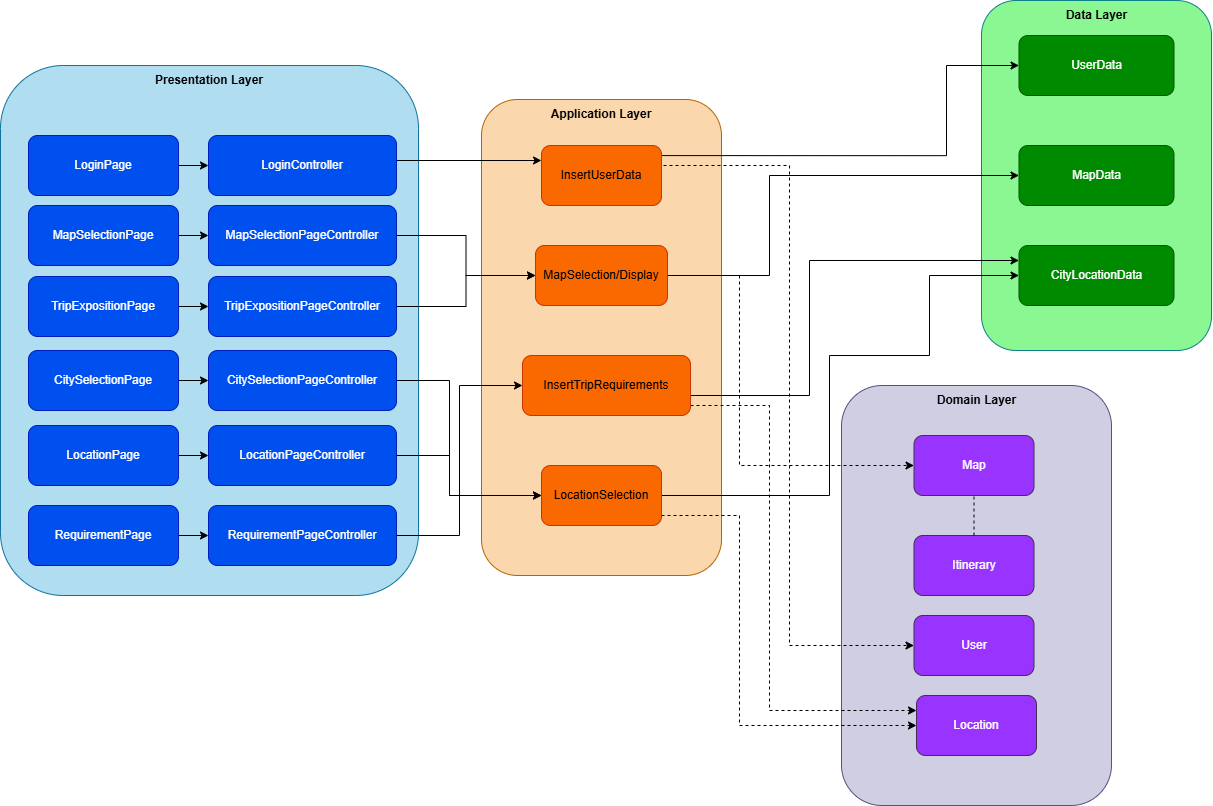
This is doc/iterazione_2/Riverpod_architechture.png from Gabriele-Mazzoleni/SmarTrip, a draw.io export, as it was before one commit. Source tidied: cells renumbered, new cells last; positions are measured from the earlier drawing's top-left corner, leaving out a move shared by most shapes. The source it was exported from:
```xml
<mxGraphModel>
  <root>
    <mxCell id="0" />
    <mxCell id="1" parent="0" />
    <mxCell id="2" style="rounded=1;whiteSpace=wrap;html=1;fillColor=#b1ddf0;strokeColor=#10739e;fillStyle=auto;" parent="1" vertex="1">
      <mxGeometry y="65" width="418" height="530" as="geometry" />
    </mxCell>
    <mxCell id="3" value="&lt;b&gt;Presentation Layer&lt;/b&gt;" style="text;html=1;align=center;verticalAlign=middle;whiteSpace=wrap;rounded=0;" parent="1" vertex="1">
      <mxGeometry x="149" y="65" width="120" height="30" as="geometry" />
    </mxCell>
    <mxCell id="4" style="rounded=1;whiteSpace=wrap;html=1;fillColor=#fad7ac;strokeColor=#b46504;" parent="1" vertex="1">
      <mxGeometry x="481" y="99" width="240" height="476" as="geometry" />
    </mxCell>
    <mxCell id="5" style="rounded=1;whiteSpace=wrap;html=1;fillColor=#d0cee2;strokeColor=#56517e;" parent="1" vertex="1">
      <mxGeometry x="841" y="385" width="270" height="420" as="geometry" />
    </mxCell>
    <mxCell id="6" style="rounded=1;whiteSpace=wrap;html=1;fillColor=#8AF792;strokeColor=#0e8088;" parent="1" vertex="1">
      <mxGeometry x="981" width="230" height="350" as="geometry" />
    </mxCell>
    <mxCell id="7" value="&lt;b&gt;Application Layer&lt;/b&gt;" style="text;html=1;align=center;verticalAlign=middle;whiteSpace=wrap;rounded=0;" parent="1" vertex="1">
      <mxGeometry x="541" y="99" width="120" height="30" as="geometry" />
    </mxCell>
    <mxCell id="8" value="&lt;b&gt;Data Layer&lt;/b&gt;" style="text;html=1;align=center;verticalAlign=middle;whiteSpace=wrap;rounded=0;" parent="1" vertex="1">
      <mxGeometry x="1039.8" width="112.5" height="30" as="geometry" />
    </mxCell>
    <mxCell id="9" value="&lt;b&gt;Domain Layer&lt;/b&gt;" style="text;html=1;align=center;verticalAlign=middle;whiteSpace=wrap;rounded=0;" parent="1" vertex="1">
      <mxGeometry x="913.5" y="385" width="125" height="30" as="geometry" />
    </mxCell>
    <mxCell id="10" style="edgeStyle=orthogonalEdgeStyle;rounded=0;jettySize=auto;html=1;entryX=0;entryY=0.25;entryDx=0;entryDy=0;" parent="1" edge="1" source="12" target="45">
      <mxGeometry relative="1" as="geometry">
        <Array as="points">
          <mxPoint x="809" y="395" />
          <mxPoint x="809" y="260" />
        </Array>
      </mxGeometry>
    </mxCell>
    <mxCell id="11" style="edgeStyle=orthogonalEdgeStyle;rounded=0;jettySize=auto;html=1;entryX=0;entryY=0.25;entryDx=0;entryDy=0;dashed=1;" parent="1" edge="1" source="12" target="23">
      <mxGeometry relative="1" as="geometry">
        <Array as="points">
          <mxPoint x="769" y="405" />
          <mxPoint x="769" y="710" />
        </Array>
      </mxGeometry>
    </mxCell>
    <mxCell id="12" value="InsertTripRequirements" style="rounded=1;whiteSpace=wrap;html=1;fillColor=#fa6800;fontColor=#000000;strokeColor=#C73500;" parent="1" vertex="1">
      <mxGeometry x="522" y="355" width="168" height="60" as="geometry" />
    </mxCell>
    <mxCell id="13" style="edgeStyle=orthogonalEdgeStyle;rounded=0;jettySize=auto;html=1;entryX=0;entryY=0.5;entryDx=0;entryDy=0;dashed=1;exitX=1;exitY=0.5;exitDx=0;exitDy=0;" parent="1" edge="1" source="15" target="22">
      <mxGeometry relative="1" as="geometry">
        <Array as="points">
          <mxPoint x="661" y="165" />
          <mxPoint x="789" y="165" />
          <mxPoint x="789" y="645" />
        </Array>
      </mxGeometry>
    </mxCell>
    <mxCell id="14" style="edgeStyle=orthogonalEdgeStyle;rounded=0;jettySize=auto;html=1;entryX=0;entryY=0.5;entryDx=0;entryDy=0;" parent="1" edge="1" target="46">
      <mxGeometry relative="1" as="geometry">
        <mxPoint x="589" y="155.1" as="sourcePoint" />
        <Array as="points">
          <mxPoint x="946" y="155" />
          <mxPoint x="946" y="65" />
        </Array>
      </mxGeometry>
    </mxCell>
    <mxCell id="15" value="InsertUserData" style="rounded=1;whiteSpace=wrap;html=1;fillColor=#fa6800;fontColor=#000000;strokeColor=#C73500;" parent="1" vertex="1">
      <mxGeometry x="541" y="145" width="120" height="60" as="geometry" />
    </mxCell>
    <mxCell id="16" style="edgeStyle=orthogonalEdgeStyle;rounded=0;jettySize=auto;html=1;entryX=0;entryY=0.5;entryDx=0;entryDy=0;" parent="1" edge="1" source="18" target="44">
      <mxGeometry relative="1" as="geometry">
        <Array as="points">
          <mxPoint x="769" y="275" />
          <mxPoint x="769" y="175" />
        </Array>
      </mxGeometry>
    </mxCell>
    <mxCell id="17" style="edgeStyle=orthogonalEdgeStyle;rounded=0;jettySize=auto;html=1;entryX=0;entryY=0.5;entryDx=0;entryDy=0;dashed=1;" parent="1" edge="1" source="18" target="47">
      <mxGeometry relative="1" as="geometry">
        <Array as="points">
          <mxPoint x="739" y="275" />
          <mxPoint x="739" y="465" />
        </Array>
      </mxGeometry>
    </mxCell>
    <mxCell id="18" value="MapSelection/Display" style="rounded=1;whiteSpace=wrap;html=1;fillColor=#fa6800;fontColor=#000000;strokeColor=#C73500;" parent="1" vertex="1">
      <mxGeometry x="535" y="245" width="132" height="60" as="geometry" />
    </mxCell>
    <mxCell id="19" style="edgeStyle=orthogonalEdgeStyle;rounded=0;jettySize=auto;html=1;entryX=0;entryY=0.5;entryDx=0;entryDy=0;dashed=1;" parent="1" edge="1" source="21" target="23">
      <mxGeometry relative="1" as="geometry">
        <Array as="points">
          <mxPoint x="739" y="515" />
          <mxPoint x="739" y="725" />
        </Array>
      </mxGeometry>
    </mxCell>
    <mxCell id="20" style="edgeStyle=orthogonalEdgeStyle;rounded=0;jettySize=auto;html=1;entryX=0;entryY=0.5;entryDx=0;entryDy=0;" parent="1" edge="1" source="21" target="45">
      <mxGeometry relative="1" as="geometry">
        <Array as="points">
          <mxPoint x="829" y="495" />
          <mxPoint x="829" y="355" />
          <mxPoint x="929" y="355" />
          <mxPoint x="929" y="275" />
        </Array>
      </mxGeometry>
    </mxCell>
    <mxCell id="21" value="LocationSelection" style="rounded=1;whiteSpace=wrap;html=1;fillColor=#fa6800;fontColor=#000000;strokeColor=#C73500;" parent="1" vertex="1">
      <mxGeometry x="541" y="465" width="120" height="60" as="geometry" />
    </mxCell>
    <mxCell id="22" value="User" style="rounded=1;whiteSpace=wrap;html=1;fillColor=#9933FF;fontColor=#ffffff;strokeColor=#432D57;" parent="1" vertex="1">
      <mxGeometry x="913.5" y="615" width="120" height="60" as="geometry" />
    </mxCell>
    <mxCell id="23" value="Location" style="rounded=1;whiteSpace=wrap;html=1;fillColor=#9933FF;fontColor=#ffffff;strokeColor=#432D57;" parent="1" vertex="1">
      <mxGeometry x="916" y="695" width="120" height="60" as="geometry" />
    </mxCell>
    <mxCell id="24" style="edgeStyle=orthogonalEdgeStyle;rounded=0;jettySize=auto;html=1;" parent="1" edge="1" source="25" target="35">
      <mxGeometry relative="1" as="geometry" />
    </mxCell>
    <mxCell id="25" value="LoginPage" style="rounded=1;whiteSpace=wrap;html=1;fillColor=#0050ef;fontColor=#ffffff;strokeColor=#001DBC;" parent="1" vertex="1">
      <mxGeometry x="28" y="135" width="150" height="60" as="geometry" />
    </mxCell>
    <mxCell id="26" style="edgeStyle=orthogonalEdgeStyle;rounded=0;jettySize=auto;html=1;entryX=0;entryY=0.5;entryDx=0;entryDy=0;" parent="1" edge="1" source="27" target="37">
      <mxGeometry relative="1" as="geometry" />
    </mxCell>
    <mxCell id="27" value="CitySelectionPage" style="rounded=1;whiteSpace=wrap;html=1;fillColor=#0050ef;fontColor=#ffffff;strokeColor=#001DBC;" parent="1" vertex="1">
      <mxGeometry x="28" y="350" width="150" height="60" as="geometry" />
    </mxCell>
    <mxCell id="28" style="edgeStyle=orthogonalEdgeStyle;rounded=0;jettySize=auto;html=1;entryX=0;entryY=0.5;entryDx=0;entryDy=0;" parent="1" edge="1" source="29" target="41">
      <mxGeometry relative="1" as="geometry" />
    </mxCell>
    <mxCell id="29" value="RequirementPage" style="rounded=1;whiteSpace=wrap;html=1;fillColor=#0050ef;fontColor=#ffffff;strokeColor=#001DBC;" parent="1" vertex="1">
      <mxGeometry x="28" y="505" width="150" height="60" as="geometry" />
    </mxCell>
    <mxCell id="30" style="edgeStyle=orthogonalEdgeStyle;rounded=0;jettySize=auto;html=1;entryX=0;entryY=0.5;entryDx=0;entryDy=0;" parent="1" edge="1" source="31" target="39">
      <mxGeometry relative="1" as="geometry" />
    </mxCell>
    <mxCell id="31" value="LocationPage" style="rounded=1;whiteSpace=wrap;html=1;fillColor=#0050ef;fontColor=#ffffff;strokeColor=#001DBC;" parent="1" vertex="1">
      <mxGeometry x="28" y="425" width="150" height="60" as="geometry" />
    </mxCell>
    <mxCell id="32" style="edgeStyle=orthogonalEdgeStyle;rounded=0;jettySize=auto;html=1;" parent="1" edge="1" source="33" target="43">
      <mxGeometry relative="1" as="geometry" />
    </mxCell>
    <mxCell id="33" value="TripExpositionPage" style="rounded=1;whiteSpace=wrap;html=1;fillColor=#0050ef;fontColor=#ffffff;strokeColor=#001DBC;" parent="1" vertex="1">
      <mxGeometry x="28" y="276" width="150" height="60" as="geometry" />
    </mxCell>
    <mxCell id="34" style="edgeStyle=orthogonalEdgeStyle;rounded=0;jettySize=auto;html=1;exitX=1;exitY=0.25;exitDx=0;exitDy=0;entryX=0;entryY=0.25;entryDx=0;entryDy=0;" parent="1" edge="1" source="35" target="15">
      <mxGeometry relative="1" as="geometry">
        <Array as="points">
          <mxPoint x="371" y="160" />
        </Array>
      </mxGeometry>
    </mxCell>
    <mxCell id="35" value="LoginController" style="rounded=1;whiteSpace=wrap;html=1;fillColor=#0050ef;fontColor=#ffffff;strokeColor=#001DBC;" parent="1" vertex="1">
      <mxGeometry x="208" y="135" width="188" height="60" as="geometry" />
    </mxCell>
    <mxCell id="36" style="edgeStyle=orthogonalEdgeStyle;rounded=0;jettySize=auto;html=1;entryX=0;entryY=0.5;entryDx=0;entryDy=0;" parent="1" edge="1" source="37" target="21">
      <mxGeometry relative="1" as="geometry">
        <Array as="points">
          <mxPoint x="449" y="380" />
          <mxPoint x="449" y="495" />
        </Array>
      </mxGeometry>
    </mxCell>
    <mxCell id="37" value="CitySelectionPageController" style="rounded=1;whiteSpace=wrap;html=1;fillColor=#0050ef;fontColor=#ffffff;strokeColor=#001DBC;" parent="1" vertex="1">
      <mxGeometry x="208" y="350" width="188" height="60" as="geometry" />
    </mxCell>
    <mxCell id="38" style="edgeStyle=orthogonalEdgeStyle;rounded=0;jettySize=auto;html=1;entryX=0;entryY=0.5;entryDx=0;entryDy=0;" parent="1" edge="1" source="39" target="21">
      <mxGeometry relative="1" as="geometry">
        <Array as="points">
          <mxPoint x="449" y="455" />
          <mxPoint x="449" y="495" />
        </Array>
      </mxGeometry>
    </mxCell>
    <mxCell id="39" value="LocationPageController" style="rounded=1;whiteSpace=wrap;html=1;fillColor=#0050ef;fontColor=#ffffff;strokeColor=#001DBC;" parent="1" vertex="1">
      <mxGeometry x="208" y="425" width="188" height="60" as="geometry" />
    </mxCell>
    <mxCell id="40" style="edgeStyle=orthogonalEdgeStyle;rounded=0;jettySize=auto;html=1;entryX=0;entryY=0.5;entryDx=0;entryDy=0;" parent="1" edge="1" source="41" target="12">
      <mxGeometry relative="1" as="geometry" />
    </mxCell>
    <mxCell id="41" value="RequirementPageController" style="rounded=1;whiteSpace=wrap;html=1;fillColor=#0050ef;fontColor=#ffffff;strokeColor=#001DBC;" parent="1" vertex="1">
      <mxGeometry x="208" y="505" width="188" height="60" as="geometry" />
    </mxCell>
    <mxCell id="42" style="edgeStyle=orthogonalEdgeStyle;rounded=0;jettySize=auto;html=1;entryX=0;entryY=0.5;entryDx=0;entryDy=0;" parent="1" edge="1" source="43" target="18">
      <mxGeometry relative="1" as="geometry" />
    </mxCell>
    <mxCell id="43" value="TripExpositionPageController" style="rounded=1;whiteSpace=wrap;html=1;fillColor=#0050ef;fontColor=#ffffff;strokeColor=#001DBC;" parent="1" vertex="1">
      <mxGeometry x="208" y="276" width="188" height="60" as="geometry" />
    </mxCell>
    <mxCell id="44" value="MapData" style="rounded=1;whiteSpace=wrap;html=1;fillColor=#008a00;fontColor=#ffffff;strokeColor=#005700;" parent="1" vertex="1">
      <mxGeometry x="1018.5" y="145" width="155" height="60" as="geometry" />
    </mxCell>
    <mxCell id="45" value="CityLocationData" style="rounded=1;whiteSpace=wrap;html=1;fillColor=#008a00;fontColor=#ffffff;strokeColor=#005700;" parent="1" vertex="1">
      <mxGeometry x="1018.5" y="245" width="155" height="60" as="geometry" />
    </mxCell>
    <mxCell id="46" value="UserData" style="rounded=1;whiteSpace=wrap;html=1;fillColor=#008a00;fontColor=#ffffff;strokeColor=#005700;" parent="1" vertex="1">
      <mxGeometry x="1018.5" y="35" width="155" height="60" as="geometry" />
    </mxCell>
    <mxCell id="47" value="Map" style="rounded=1;whiteSpace=wrap;html=1;fillColor=#9933FF;fontColor=#ffffff;strokeColor=#432D57;" parent="1" vertex="1">
      <mxGeometry x="913.5" y="435" width="120" height="60" as="geometry" />
    </mxCell>
    <mxCell id="48" style="edgeStyle=orthogonalEdgeStyle;rounded=0;jettySize=auto;html=1;entryX=0;entryY=0.5;entryDx=0;entryDy=0;" parent="1" edge="1" source="49" target="51">
      <mxGeometry relative="1" as="geometry" />
    </mxCell>
    <mxCell id="49" value="MapSelectionPage" style="rounded=1;whiteSpace=wrap;html=1;fillColor=#0050ef;fontColor=#ffffff;strokeColor=#001DBC;" parent="1" vertex="1">
      <mxGeometry x="28" y="205" width="150" height="60" as="geometry" />
    </mxCell>
    <mxCell id="50" style="edgeStyle=orthogonalEdgeStyle;rounded=0;jettySize=auto;html=1;entryX=0;entryY=0.5;entryDx=0;entryDy=0;" parent="1" edge="1" source="51" target="18">
      <mxGeometry relative="1" as="geometry" />
    </mxCell>
    <mxCell id="51" value="MapSelectionPageController" style="rounded=1;whiteSpace=wrap;html=1;fillColor=#0050ef;fontColor=#ffffff;strokeColor=#001DBC;" parent="1" vertex="1">
      <mxGeometry x="208" y="205" width="188" height="60" as="geometry" />
    </mxCell>
    <mxCell id="52" value="Itinerary" style="rounded=1;whiteSpace=wrap;html=1;fillColor=#9933FF;fontColor=#ffffff;strokeColor=#432D57;" parent="1" vertex="1">
      <mxGeometry x="913.5" y="535" width="120" height="60" as="geometry" />
    </mxCell>
    <mxCell id="53" style="endArrow=none;dashed=1;html=1;strokeWidth=1;rounded=0;entryX=0.5;entryY=1;entryDx=0;entryDy=0;exitX=0.5;exitY=0;exitDx=0;exitDy=0;" parent="1" edge="1" source="52" target="47">
      <mxGeometry relative="1" as="geometry" />
    </mxCell>
  </root>
</mxGraphModel>
```
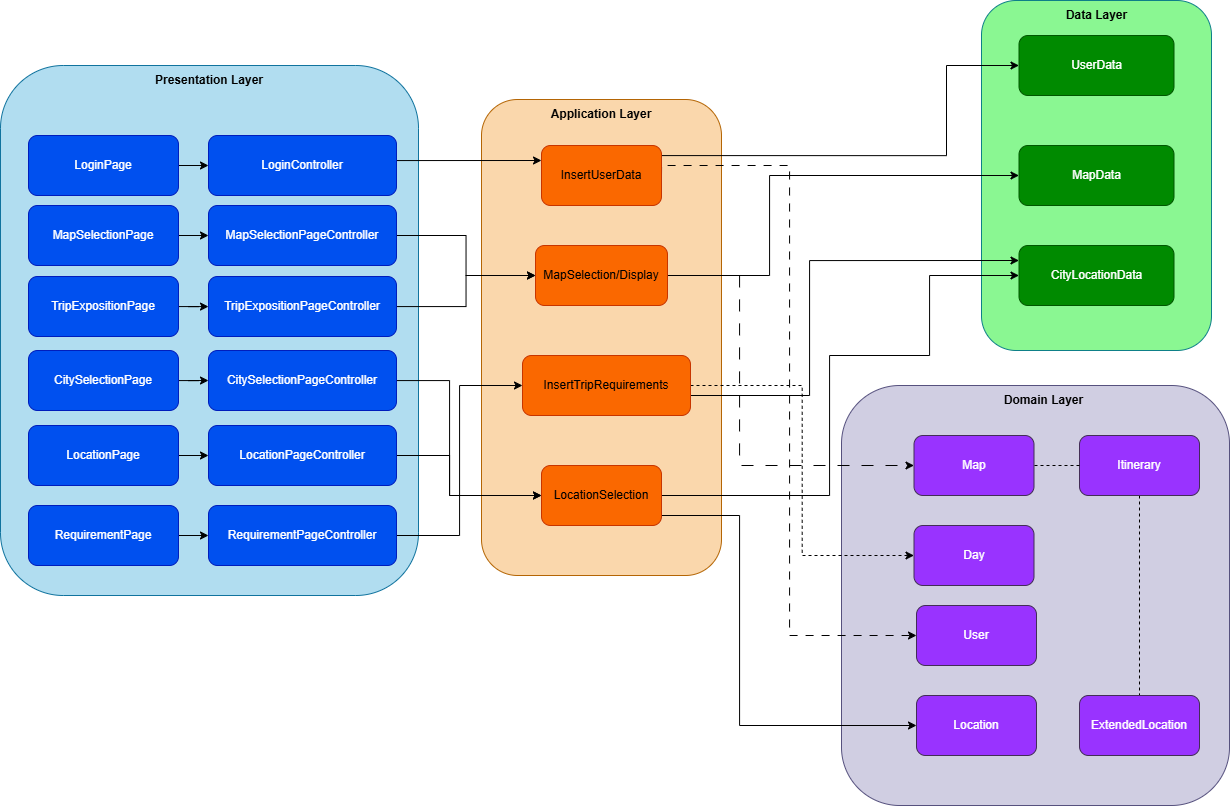
After the commit.

Commit message:
Architettura Riverpod

Diff of the diagram source:
```diff
@@ -12,7 +12,7 @@
       <mxGeometry x="481" y="99" width="240" height="476" as="geometry" />
     </mxCell>
     <mxCell id="5" style="rounded=1;whiteSpace=wrap;html=1;fillColor=#d0cee2;strokeColor=#56517e;" parent="1" vertex="1">
-      <mxGeometry x="841" y="385" width="270" height="420" as="geometry" />
+      <mxGeometry x="841" y="385" width="388" height="420" as="geometry" />
     </mxCell>
     <mxCell id="6" style="rounded=1;whiteSpace=wrap;html=1;fillColor=#8AF792;strokeColor=#0e8088;" parent="1" vertex="1">
       <mxGeometry x="981" width="230" height="350" as="geometry" />
@@ -24,7 +24,7 @@
       <mxGeometry x="1039.8" width="112.5" height="30" as="geometry" />
     </mxCell>
     <mxCell id="9" value="&lt;b&gt;Domain Layer&lt;/b&gt;" style="text;html=1;align=center;verticalAlign=middle;whiteSpace=wrap;rounded=0;" parent="1" vertex="1">
-      <mxGeometry x="913.5" y="385" width="125" height="30" as="geometry" />
+      <mxGeometry x="981" y="385" width="125" height="30" as="geometry" />
     </mxCell>
     <mxCell id="10" style="edgeStyle=orthogonalEdgeStyle;rounded=0;jettySize=auto;html=1;entryX=0;entryY=0.25;entryDx=0;entryDy=0;" parent="1" edge="1" source="12" target="45">
       <mxGeometry relative="1" as="geometry">
@@ -34,23 +34,18 @@
         </Array>
       </mxGeometry>
     </mxCell>
-    <mxCell id="11" style="edgeStyle=orthogonalEdgeStyle;rounded=0;jettySize=auto;html=1;entryX=0;entryY=0.25;entryDx=0;entryDy=0;dashed=1;" parent="1" edge="1" source="12" target="23">
-      <mxGeometry relative="1" as="geometry">
-        <Array as="points">
-          <mxPoint x="769" y="405" />
-          <mxPoint x="769" y="710" />
-        </Array>
-      </mxGeometry>
-    </mxCell>
+    <mxCell id="54" style="edgeStyle=orthogonalEdgeStyle;rounded=0;jettySize=auto;html=1;entryX=0;entryY=0.5;entryDx=0;entryDy=0;dashed=1;" parent="1" edge="1" source="12" target="57">
+      <mxGeometry relative="1" as="geometry" />
+    </mxCell>
     <mxCell id="12" value="InsertTripRequirements" style="rounded=1;whiteSpace=wrap;html=1;fillColor=#fa6800;fontColor=#000000;strokeColor=#C73500;" parent="1" vertex="1">
       <mxGeometry x="522" y="355" width="168" height="60" as="geometry" />
     </mxCell>
-    <mxCell id="13" style="edgeStyle=orthogonalEdgeStyle;rounded=0;jettySize=auto;html=1;entryX=0;entryY=0.5;entryDx=0;entryDy=0;dashed=1;exitX=1;exitY=0.5;exitDx=0;exitDy=0;" parent="1" edge="1" source="15" target="22">
+    <mxCell id="13" style="edgeStyle=orthogonalEdgeStyle;rounded=0;jettySize=auto;html=1;entryX=0;entryY=0.5;entryDx=0;entryDy=0;dashed=1;exitX=1;exitY=0.5;exitDx=0;exitDy=0;dashPattern=8 8;" parent="1" edge="1" source="15" target="22">
       <mxGeometry relative="1" as="geometry">
         <Array as="points">
           <mxPoint x="661" y="165" />
           <mxPoint x="789" y="165" />
-          <mxPoint x="789" y="645" />
+          <mxPoint x="789" y="635" />
         </Array>
       </mxGeometry>
     </mxCell>
@@ -74,7 +69,7 @@
         </Array>
       </mxGeometry>
     </mxCell>
-    <mxCell id="17" style="edgeStyle=orthogonalEdgeStyle;rounded=0;jettySize=auto;html=1;entryX=0;entryY=0.5;entryDx=0;entryDy=0;dashed=1;" parent="1" edge="1" source="18" target="47">
+    <mxCell id="17" style="edgeStyle=orthogonalEdgeStyle;rounded=0;jettySize=auto;html=1;entryX=0;entryY=0.5;entryDx=0;entryDy=0;dashed=1;dashPattern=12 12;" parent="1" edge="1" source="18" target="47">
       <mxGeometry relative="1" as="geometry">
         <Array as="points">
           <mxPoint x="739" y="275" />
@@ -85,7 +80,7 @@
     <mxCell id="18" value="MapSelection/Display" style="rounded=1;whiteSpace=wrap;html=1;fillColor=#fa6800;fontColor=#000000;strokeColor=#C73500;" parent="1" vertex="1">
       <mxGeometry x="535" y="245" width="132" height="60" as="geometry" />
     </mxCell>
-    <mxCell id="19" style="edgeStyle=orthogonalEdgeStyle;rounded=0;jettySize=auto;html=1;entryX=0;entryY=0.5;entryDx=0;entryDy=0;dashed=1;" parent="1" edge="1" source="21" target="23">
+    <mxCell id="19" style="edgeStyle=orthogonalEdgeStyle;rounded=0;jettySize=auto;html=1;entryX=0;entryY=0.5;entryDx=0;entryDy=0;" parent="1" edge="1" source="21" target="23">
       <mxGeometry relative="1" as="geometry">
         <Array as="points">
           <mxPoint x="739" y="515" />
@@ -107,7 +102,7 @@
       <mxGeometry x="541" y="465" width="120" height="60" as="geometry" />
     </mxCell>
     <mxCell id="22" value="User" style="rounded=1;whiteSpace=wrap;html=1;fillColor=#9933FF;fontColor=#ffffff;strokeColor=#432D57;" parent="1" vertex="1">
-      <mxGeometry x="913.5" y="615" width="120" height="60" as="geometry" />
+      <mxGeometry x="916" y="605" width="120" height="60" as="geometry" />
     </mxCell>
     <mxCell id="23" value="Location" style="rounded=1;whiteSpace=wrap;html=1;fillColor=#9933FF;fontColor=#ffffff;strokeColor=#432D57;" parent="1" vertex="1">
       <mxGeometry x="916" y="695" width="120" height="60" as="geometry" />
@@ -210,11 +205,20 @@
     <mxCell id="51" value="MapSelectionPageController" style="rounded=1;whiteSpace=wrap;html=1;fillColor=#0050ef;fontColor=#ffffff;strokeColor=#001DBC;" parent="1" vertex="1">
       <mxGeometry x="208" y="205" width="188" height="60" as="geometry" />
     </mxCell>
+    <mxCell id="55" style="edgeStyle=orthogonalEdgeStyle;rounded=0;jettySize=auto;html=1;entryX=0.5;entryY=0;entryDx=0;entryDy=0;endArrow=none;startFill=0;dashed=1;" parent="1" edge="1" source="52" target="56">
+      <mxGeometry relative="1" as="geometry" />
+    </mxCell>
     <mxCell id="52" value="Itinerary" style="rounded=1;whiteSpace=wrap;html=1;fillColor=#9933FF;fontColor=#ffffff;strokeColor=#432D57;" parent="1" vertex="1">
-      <mxGeometry x="913.5" y="535" width="120" height="60" as="geometry" />
+      <mxGeometry x="1079" y="435" width="120" height="60" as="geometry" />
     </mxCell>
-    <mxCell id="53" style="endArrow=none;dashed=1;html=1;strokeWidth=1;rounded=0;entryX=0.5;entryY=1;entryDx=0;entryDy=0;exitX=0.5;exitY=0;exitDx=0;exitDy=0;" parent="1" edge="1" source="52" target="47">
+    <mxCell id="53" style="endArrow=none;dashed=1;html=1;strokeWidth=1;rounded=0;entryX=1;entryY=0.5;entryDx=0;entryDy=0;exitX=0;exitY=0.5;exitDx=0;exitDy=0;" parent="1" edge="1" source="52" target="47">
       <mxGeometry relative="1" as="geometry" />
     </mxCell>
+    <mxCell id="56" value="ExtendedLocation" style="rounded=1;whiteSpace=wrap;html=1;fillColor=#9933FF;fontColor=#ffffff;strokeColor=#432D57;" parent="1" vertex="1">
+      <mxGeometry x="1079" y="695" width="120" height="60" as="geometry" />
+    </mxCell>
+    <mxCell id="57" value="Day" style="rounded=1;whiteSpace=wrap;html=1;fillColor=#9933FF;fontColor=#ffffff;strokeColor=#432D57;" parent="1" vertex="1">
+      <mxGeometry x="913.5" y="525" width="120" height="60" as="geometry" />
+    </mxCell>
   </root>
 </mxGraphModel>
```
